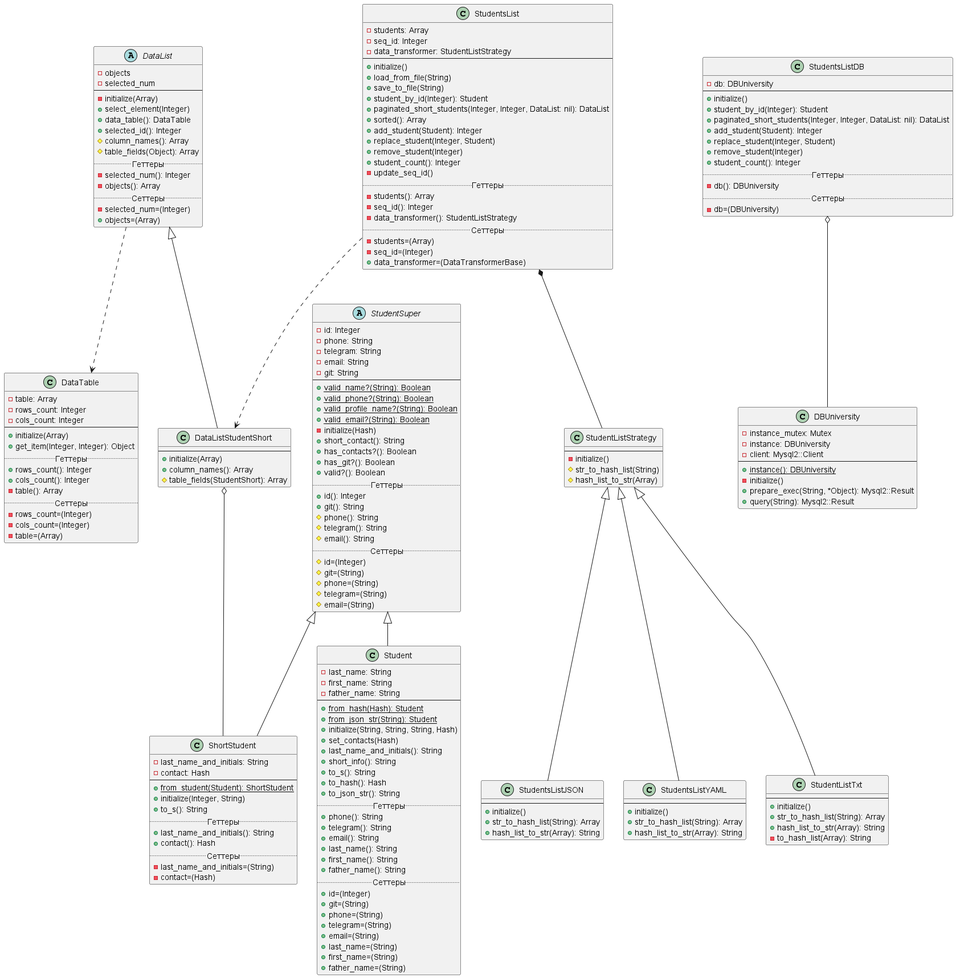
KoriganGH/Patterns keeps this PlantUML diagram as StudentLab/diagram.png. Above is the earlier version.
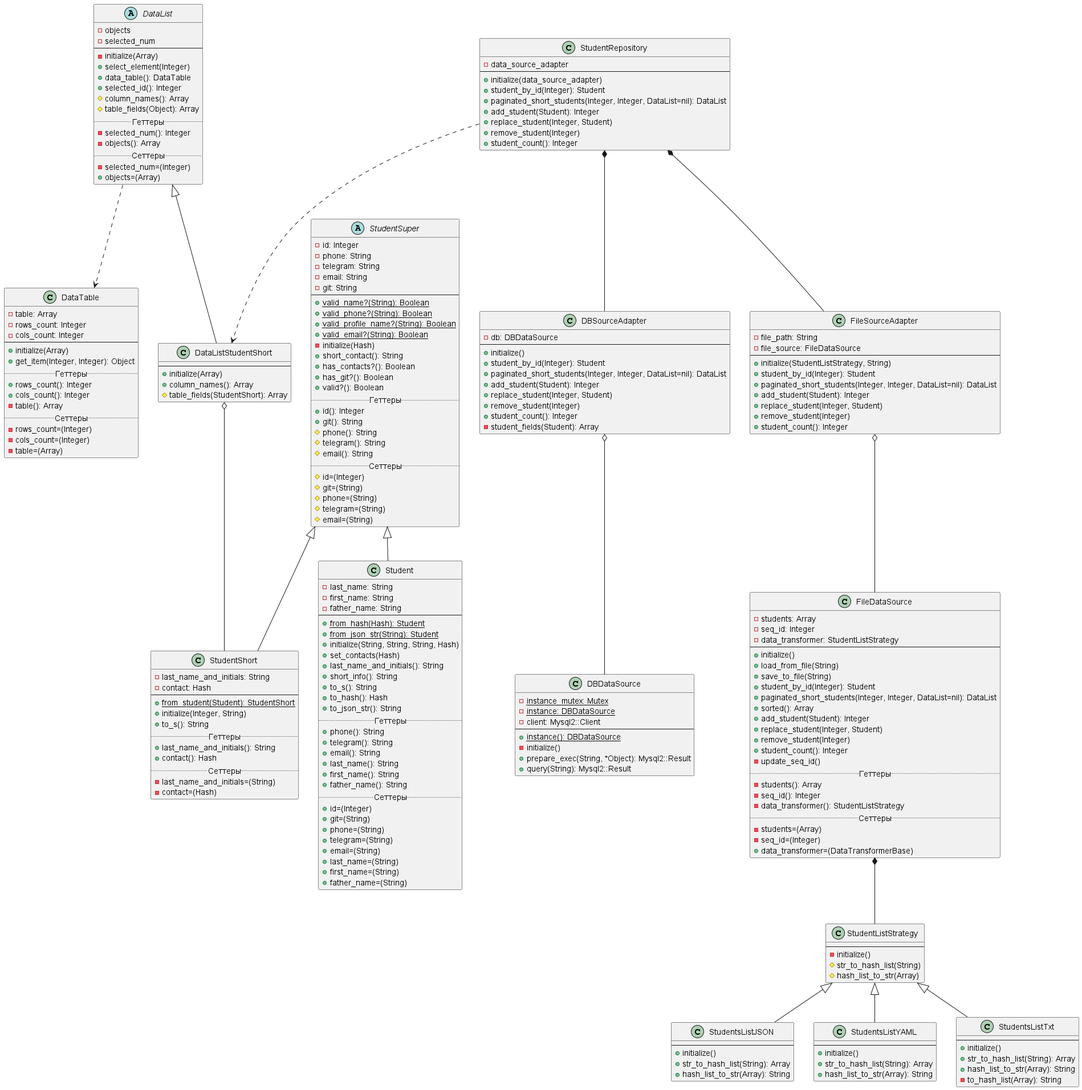
The same diagram one commit later.

The edit, as a diff of the source:
```diff
@@ -1,10 +1,13 @@
 @startuml
 
 DataList ..> DataTable
-StudentsList *-- StudentListStrategy
-StudentsList ..> DataListStudentShort
-DataListStudentShort o-- ShortStudent
-StudentsListDB o-- DBUniversity
+FileDataSource *-- StudentListStrategy
+StudentRepository ..> DataListStudentShort
+DataListStudentShort o-- StudentShort
+DBSourceAdapter o-- DBDataSource
+FileSourceAdapter o-- FileDataSource
+StudentRepository *-- DBSourceAdapter
+StudentRepository *-- FileSourceAdapter
 
 abstract class StudentSuper {
     -id: Integer
@@ -68,11 +71,11 @@
     +father_name=(String)
 }
 
-class ShortStudent extends StudentSuper {
+class StudentShort extends StudentSuper {
     -last_name_and_initials: String
     -contact: Hash
     --
-    +{static}from_student(Student): ShortStudent
+    +{static}from_student(Student): StudentShort
     +initialize(Integer, String)
     +to_s(): String
     .. Геттеры ..
@@ -125,32 +128,6 @@
     #table_fields(StudentShort): Array
 }
 
-class StudentsList {
-    -students: Array
-    -seq_id: Integer
-    -data_transformer: StudentListStrategy
-    --
-    +initialize()
-    +load_from_file(String)
-    +save_to_file(String)
-    +student_by_id(Integer): Student
-    +paginated_short_students(Integer, Integer, DataList: nil): DataList
-    +sorted(): Array
-    +add_student(Student): Integer
-    +replace_student(Integer, Student)
-    +remove_student(Integer)
-    +student_count(): Integer
-    -update_seq_id()
-    .. Геттеры ..
-    -students(): Array
-    -seq_id(): Integer
-    -data_transformer(): StudentListStrategy
-    .. Сеттеры ..
-    -students=(Array)
-    -seq_id=(Integer)
-    +data_transformer=(DataTransformerBase)
-}
-
 class StudentListStrategy {
     --
     -initialize()
@@ -172,7 +149,7 @@
     +hash_list_to_str(Array): String
 }
 
-class StudentListTxt extends StudentListStrategy {
+class StudentsListTxt extends StudentListStrategy {
     --
     +initialize()
     +str_to_hash_list(String): Array
@@ -180,31 +157,79 @@
     -to_hash_list(Array): String
 }
 
-class DBUniversity {
-    -instance_mutex: Mutex
-    -instance: DBUniversity
+class DBDataSource {
+    -{static}instance_mutex: Mutex
+    -{static}instance: DBDataSource
     -client: Mysql2::Client
     --
-    +{static}instance(): DBUniversity
+    +{static}instance(): DBDataSource
     -initialize()
     +prepare_exec(String, *Object): Mysql2::Result
     +query(String): Mysql2::Result
 }
 
-class StudentsListDB {
-    -db: DBUniversity
+class FileDataSource {
+    -students: Array
+    -seq_id: Integer
+    -data_transformer: StudentListStrategy
     --
     +initialize()
+    +load_from_file(String)
+    +save_to_file(String)
     +student_by_id(Integer): Student
-    +paginated_short_students(Integer, Integer, DataList: nil): DataList
+    +paginated_short_students(Integer, Integer, DataList=nil): DataList
+    +sorted(): Array
     +add_student(Student): Integer
     +replace_student(Integer, Student)
     +remove_student(Integer)
     +student_count(): Integer
+    -update_seq_id()
     .. Геттеры ..
-    -db(): DBUniversity
+    -students(): Array
+    -seq_id(): Integer
+    -data_transformer(): StudentListStrategy
     .. Сеттеры ..
-    -db=(DBUniversity)
+    -students=(Array)
+    -seq_id=(Integer)
+    +data_transformer=(DataTransformerBase)
+}
+
+class DBSourceAdapter {
+    -db: DBDataSource
+    --
+    +initialize()
+    +student_by_id(Integer): Student
+    +paginated_short_students(Integer, Integer, DataList=nil): DataList
+    +add_student(Student): Integer
+    +replace_student(Integer, Student)
+    +remove_student(Integer)
+    +student_count(): Integer
+    -student_fields(Student): Array
+}
+
+class FileSourceAdapter {
+    -file_path: String
+    -file_source: FileDataSource
+    --
+    +initialize(StudentListStrategy, String)
+    +student_by_id(Integer): Student
+    +paginated_short_students(Integer, Integer, DataList=nil): DataList
+    +add_student(Student): Integer
+    +replace_student(Integer, Student)
+    +remove_student(Integer)
+    +student_count(): Integer
+}
+
+class StudentRepository {
+    -data_source_adapter
+    --
+    +initialize(data_source_adapter)
+    +student_by_id(Integer): Student
+    +paginated_short_students(Integer, Integer, DataList=nil): DataList
+    +add_student(Student): Integer
+    +replace_student(Integer, Student)
+    +remove_student(Integer)
+    +student_count(): Integer
 }
 
 @enduml
```
